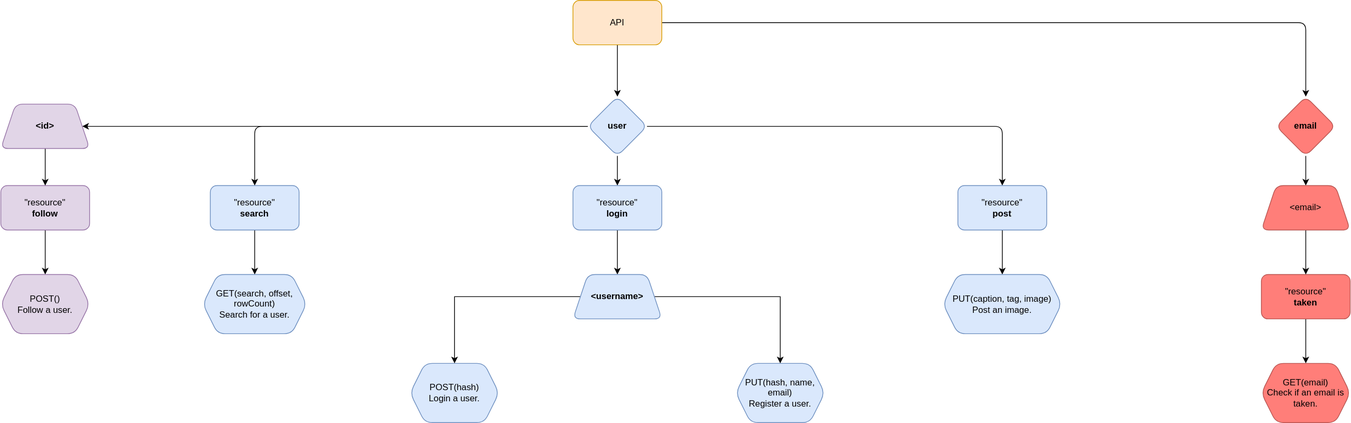
Above: Back End/api/API Diagram.svg in A-French-PngHash/Bestagram (draw.io), before the change. Source tidied: cells renumbered, new cells last; positions are measured from the earlier drawing's top-left corner, leaving out a move shared by most shapes. The source it was exported from:
```xml
<mxGraphModel>
  <root>
    <mxCell id="0" />
    <mxCell id="1" parent="0" />
    <mxCell id="2" style="edgeStyle=orthogonalEdgeStyle;jettySize=auto;html=1;" parent="1" edge="1" source="4" target="9">
      <mxGeometry relative="1" as="geometry" />
    </mxCell>
    <mxCell id="3" style="edgeStyle=orthogonalEdgeStyle;jettySize=auto;html=1;" parent="1" edge="1" source="4" target="21">
      <mxGeometry relative="1" as="geometry" />
    </mxCell>
    <mxCell id="4" value="API" style="whiteSpace=wrap;html=1;fillColor=#ffe6cc;strokeColor=#d79b00;rounded=1;" parent="1" vertex="1">
      <mxGeometry x="773" width="120" height="60" as="geometry" />
    </mxCell>
    <mxCell id="5" style="edgeStyle=orthogonalEdgeStyle;jettySize=auto;html=1;" parent="1" edge="1" source="9" target="11">
      <mxGeometry relative="1" as="geometry" />
    </mxCell>
    <mxCell id="6" style="edgeStyle=orthogonalEdgeStyle;jettySize=auto;html=1;" parent="1" edge="1" source="9" target="13">
      <mxGeometry relative="1" as="geometry" />
    </mxCell>
    <mxCell id="7" style="edgeStyle=orthogonalEdgeStyle;jettySize=auto;html=1;" parent="1" edge="1" source="9" target="15">
      <mxGeometry relative="1" as="geometry" />
    </mxCell>
    <mxCell id="8" style="edgeStyle=orthogonalEdgeStyle;rounded=0;jettySize=auto;html=1;entryX=1;entryY=0.5;entryDx=0;entryDy=0;" parent="1" edge="1" source="9" target="32">
      <mxGeometry relative="1" as="geometry" />
    </mxCell>
    <mxCell id="9" value="&lt;b&gt;user&lt;/b&gt;" style="rhombus;whiteSpace=wrap;html=1;strokeColor=#6c8ebf;fillColor=#dae8fc;shadow=0;rounded=1;" parent="1" vertex="1">
      <mxGeometry x="793" y="130" width="80" height="80" as="geometry" />
    </mxCell>
    <mxCell id="10" style="edgeStyle=orthogonalEdgeStyle;jettySize=auto;html=1;" parent="1" edge="1" source="11" target="16">
      <mxGeometry relative="1" as="geometry" />
    </mxCell>
    <mxCell id="11" value="&quot;resource&quot;&lt;br&gt;&lt;b&gt;search&lt;/b&gt;" style="whiteSpace=wrap;html=1;strokeColor=#6c8ebf;fillColor=#dae8fc;rounded=1;" parent="1" vertex="1">
      <mxGeometry x="283" y="250" width="120" height="60" as="geometry" />
    </mxCell>
    <mxCell id="12" style="edgeStyle=orthogonalEdgeStyle;rounded=0;jettySize=auto;html=1;" parent="1" edge="1" source="13" target="30">
      <mxGeometry relative="1" as="geometry" />
    </mxCell>
    <mxCell id="13" value="&quot;resource&quot;&lt;br&gt;&lt;b&gt;login&lt;/b&gt;" style="whiteSpace=wrap;html=1;strokeColor=#6c8ebf;rounded=1;fillColor=#DAE8FC;" parent="1" vertex="1">
      <mxGeometry x="773" y="250" width="120" height="60" as="geometry" />
    </mxCell>
    <mxCell id="14" style="edgeStyle=orthogonalEdgeStyle;jettySize=auto;html=1;" parent="1" edge="1" source="15" target="19">
      <mxGeometry relative="1" as="geometry" />
    </mxCell>
    <mxCell id="15" value="&quot;resource&quot;&lt;br&gt;&lt;b&gt;post&lt;/b&gt;" style="whiteSpace=wrap;html=1;strokeColor=#6c8ebf;fillColor=#dae8fc;rounded=1;" parent="1" vertex="1">
      <mxGeometry x="1293" y="250" width="120" height="60" as="geometry" />
    </mxCell>
    <mxCell id="16" value="GET(search, offset, rowCount)&lt;br&gt;Search for a user." style="shape=hexagon;perimeter=hexagonPerimeter2;whiteSpace=wrap;html=1;fixedSize=1;strokeColor=#6c8ebf;fillColor=#dae8fc;rounded=1;" parent="1" vertex="1">
      <mxGeometry x="273" y="370" width="140" height="80" as="geometry" />
    </mxCell>
    <mxCell id="17" value="&lt;div&gt;POST(&lt;span&gt;hash)&lt;/span&gt;&lt;/div&gt;&lt;div&gt;Login a user.&lt;/div&gt;" style="shape=hexagon;perimeter=hexagonPerimeter2;whiteSpace=wrap;html=1;fixedSize=1;strokeColor=#6c8ebf;fillColor=#dae8fc;rounded=1;" parent="1" vertex="1">
      <mxGeometry x="553" y="490" width="120" height="80" as="geometry" />
    </mxCell>
    <mxCell id="18" value="&lt;div&gt;PUT(hash, name, email)&lt;/div&gt;&lt;div&gt;Register a user.&lt;/div&gt;" style="shape=hexagon;perimeter=hexagonPerimeter2;whiteSpace=wrap;html=1;fixedSize=1;strokeColor=#6c8ebf;fillColor=#dae8fc;rounded=1;" parent="1" vertex="1">
      <mxGeometry x="993" y="490" width="120" height="80" as="geometry" />
    </mxCell>
    <mxCell id="19" value="&lt;div&gt;PUT(caption, tag, image)&lt;/div&gt;&lt;div&gt;Post an image.&lt;/div&gt;" style="shape=hexagon;perimeter=hexagonPerimeter2;whiteSpace=wrap;html=1;fixedSize=1;strokeColor=#6c8ebf;fillColor=#dae8fc;rounded=1;" parent="1" vertex="1">
      <mxGeometry x="1273" y="370" width="160" height="80" as="geometry" />
    </mxCell>
    <mxCell id="20" style="edgeStyle=orthogonalEdgeStyle;rounded=0;jettySize=auto;html=1;" parent="1" edge="1" source="21" target="34">
      <mxGeometry relative="1" as="geometry" />
    </mxCell>
    <mxCell id="21" value="&lt;b&gt;email&lt;/b&gt;" style="rhombus;whiteSpace=wrap;html=1;strokeColor=#b85450;rounded=1;fillColor=#FF7E79;" parent="1" vertex="1">
      <mxGeometry x="1723" y="130" width="80" height="80" as="geometry" />
    </mxCell>
    <mxCell id="22" style="edgeStyle=orthogonalEdgeStyle;jettySize=auto;html=1;" parent="1" edge="1" source="23" target="24">
      <mxGeometry relative="1" as="geometry" />
    </mxCell>
    <mxCell id="23" value="&quot;resource&quot;&lt;br&gt;&lt;b&gt;taken&lt;/b&gt;" style="whiteSpace=wrap;html=1;strokeColor=#b85450;rounded=1;fillColor=#FF7E79;" parent="1" vertex="1">
      <mxGeometry x="1703" y="370" width="120" height="60" as="geometry" />
    </mxCell>
    <mxCell id="24" value="&lt;div&gt;GET(email)&lt;/div&gt;&lt;div&gt;Check if an email is taken.&lt;/div&gt;" style="shape=hexagon;perimeter=hexagonPerimeter2;whiteSpace=wrap;html=1;fixedSize=1;strokeColor=#b85450;rounded=1;fillColor=#FF7E79;" parent="1" vertex="1">
      <mxGeometry x="1703" y="490" width="120" height="80" as="geometry" />
    </mxCell>
    <mxCell id="25" style="edgeStyle=orthogonalEdgeStyle;rounded=0;jettySize=auto;html=1;" parent="1" edge="1" source="26" target="27">
      <mxGeometry relative="1" as="geometry" />
    </mxCell>
    <mxCell id="26" value="&quot;resource&quot;&lt;br&gt;&lt;b&gt;follow&lt;/b&gt;" style="whiteSpace=wrap;html=1;strokeColor=#9673a6;fillColor=#e1d5e7;rounded=1;" parent="1" vertex="1">
      <mxGeometry y="250" width="120" height="60" as="geometry" />
    </mxCell>
    <mxCell id="27" value="&lt;div&gt;POST()&lt;/div&gt;&lt;div&gt;Follow a user.&lt;br&gt;&lt;/div&gt;" style="shape=hexagon;perimeter=hexagonPerimeter2;whiteSpace=wrap;html=1;fixedSize=1;strokeColor=#9673a6;fillColor=#e1d5e7;rounded=1;" parent="1" vertex="1">
      <mxGeometry y="370" width="120" height="80" as="geometry" />
    </mxCell>
    <mxCell id="28" style="edgeStyle=orthogonalEdgeStyle;rounded=0;jettySize=auto;html=1;entryX=0.5;entryY=0;entryDx=0;entryDy=0;" parent="1" edge="1" source="30" target="17">
      <mxGeometry relative="1" as="geometry" />
    </mxCell>
    <mxCell id="29" style="edgeStyle=orthogonalEdgeStyle;rounded=0;jettySize=auto;html=1;entryX=0.5;entryY=0;entryDx=0;entryDy=0;" parent="1" edge="1" source="30" target="18">
      <mxGeometry relative="1" as="geometry" />
    </mxCell>
    <mxCell id="30" value="&lt;b&gt;&amp;lt;username&amp;gt;&lt;/b&gt;" style="shape=trapezoid;perimeter=trapezoidPerimeter;whiteSpace=wrap;html=1;fixedSize=1;rounded=1;strokeColor=#6c8ebf;fillColor=#dae8fc;" parent="1" vertex="1">
      <mxGeometry x="773" y="370" width="120" height="60" as="geometry" />
    </mxCell>
    <mxCell id="31" style="edgeStyle=orthogonalEdgeStyle;rounded=0;jettySize=auto;html=1;" parent="1" edge="1" source="32" target="26">
      <mxGeometry relative="1" as="geometry" />
    </mxCell>
    <mxCell id="32" value="&lt;b&gt;&amp;lt;id&amp;gt;&lt;/b&gt;" style="shape=trapezoid;perimeter=trapezoidPerimeter;whiteSpace=wrap;html=1;fixedSize=1;rounded=1;strokeColor=#9673a6;fillColor=#e1d5e7;" parent="1" vertex="1">
      <mxGeometry y="140" width="120" height="60" as="geometry" />
    </mxCell>
    <mxCell id="33" style="edgeStyle=orthogonalEdgeStyle;rounded=0;jettySize=auto;html=1;" parent="1" edge="1" source="34" target="23">
      <mxGeometry relative="1" as="geometry" />
    </mxCell>
    <mxCell id="34" value="&amp;lt;email&amp;gt;" style="shape=trapezoid;perimeter=trapezoidPerimeter;whiteSpace=wrap;html=1;fixedSize=1;rounded=1;strokeColor=#b85450;fillColor=#FF7E79;" parent="1" vertex="1">
      <mxGeometry x="1703" y="250" width="120" height="60" as="geometry" />
    </mxCell>
  </root>
</mxGraphModel>
```
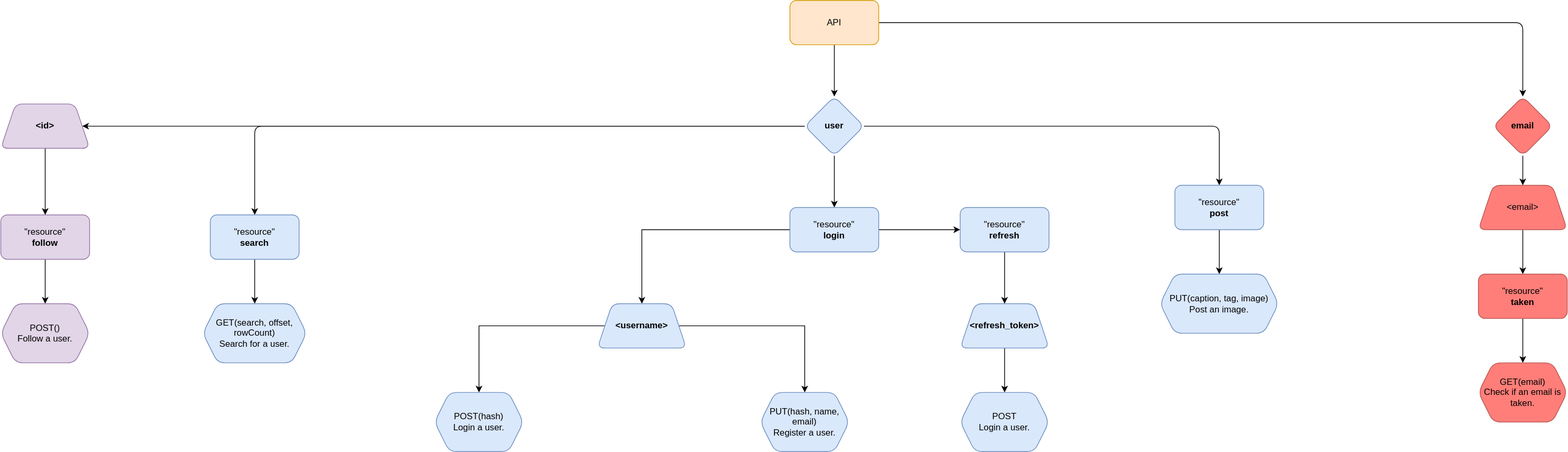
The same file after the commit.

What changed in the source:
```diff
@@ -30,13 +30,16 @@
       <mxGeometry relative="1" as="geometry" />
     </mxCell>
     <mxCell id="11" value="&quot;resource&quot;&lt;br&gt;&lt;b&gt;search&lt;/b&gt;" style="whiteSpace=wrap;html=1;strokeColor=#6c8ebf;fillColor=#dae8fc;rounded=1;" parent="1" vertex="1">
-      <mxGeometry x="283" y="250" width="120" height="60" as="geometry" />
+      <mxGeometry x="-10" y="290" width="120" height="60" as="geometry" />
     </mxCell>
     <mxCell id="12" style="edgeStyle=orthogonalEdgeStyle;rounded=0;jettySize=auto;html=1;" parent="1" edge="1" source="13" target="30">
       <mxGeometry relative="1" as="geometry" />
     </mxCell>
+    <mxCell id="35" style="edgeStyle=orthogonalEdgeStyle;rounded=0;jettySize=auto;html=1;" parent="1" edge="1" source="13" target="40">
+      <mxGeometry relative="1" as="geometry" />
+    </mxCell>
     <mxCell id="13" value="&quot;resource&quot;&lt;br&gt;&lt;b&gt;login&lt;/b&gt;" style="whiteSpace=wrap;html=1;strokeColor=#6c8ebf;rounded=1;fillColor=#DAE8FC;" parent="1" vertex="1">
-      <mxGeometry x="773" y="250" width="120" height="60" as="geometry" />
+      <mxGeometry x="773" y="280" width="120" height="60" as="geometry" />
     </mxCell>
     <mxCell id="14" style="edgeStyle=orthogonalEdgeStyle;jettySize=auto;html=1;" parent="1" edge="1" source="15" target="19">
       <mxGeometry relative="1" as="geometry" />
@@ -45,13 +48,13 @@
       <mxGeometry x="1293" y="250" width="120" height="60" as="geometry" />
     </mxCell>
     <mxCell id="16" value="GET(search, offset, rowCount)&lt;br&gt;Search for a user." style="shape=hexagon;perimeter=hexagonPerimeter2;whiteSpace=wrap;html=1;fixedSize=1;strokeColor=#6c8ebf;fillColor=#dae8fc;rounded=1;" parent="1" vertex="1">
-      <mxGeometry x="273" y="370" width="140" height="80" as="geometry" />
+      <mxGeometry x="-20" y="410" width="140" height="80" as="geometry" />
     </mxCell>
     <mxCell id="17" value="&lt;div&gt;POST(&lt;span&gt;hash)&lt;/span&gt;&lt;/div&gt;&lt;div&gt;Login a user.&lt;/div&gt;" style="shape=hexagon;perimeter=hexagonPerimeter2;whiteSpace=wrap;html=1;fixedSize=1;strokeColor=#6c8ebf;fillColor=#dae8fc;rounded=1;" parent="1" vertex="1">
-      <mxGeometry x="553" y="490" width="120" height="80" as="geometry" />
+      <mxGeometry x="293" y="530" width="120" height="80" as="geometry" />
     </mxCell>
     <mxCell id="18" value="&lt;div&gt;PUT(hash, name, email)&lt;/div&gt;&lt;div&gt;Register a user.&lt;/div&gt;" style="shape=hexagon;perimeter=hexagonPerimeter2;whiteSpace=wrap;html=1;fixedSize=1;strokeColor=#6c8ebf;fillColor=#dae8fc;rounded=1;" parent="1" vertex="1">
-      <mxGeometry x="993" y="490" width="120" height="80" as="geometry" />
+      <mxGeometry x="733" y="530" width="120" height="80" as="geometry" />
     </mxCell>
     <mxCell id="19" value="&lt;div&gt;PUT(caption, tag, image)&lt;/div&gt;&lt;div&gt;Post an image.&lt;/div&gt;" style="shape=hexagon;perimeter=hexagonPerimeter2;whiteSpace=wrap;html=1;fixedSize=1;strokeColor=#6c8ebf;fillColor=#dae8fc;rounded=1;" parent="1" vertex="1">
       <mxGeometry x="1273" y="370" width="160" height="80" as="geometry" />
@@ -75,10 +78,10 @@
       <mxGeometry relative="1" as="geometry" />
     </mxCell>
     <mxCell id="26" value="&quot;resource&quot;&lt;br&gt;&lt;b&gt;follow&lt;/b&gt;" style="whiteSpace=wrap;html=1;strokeColor=#9673a6;fillColor=#e1d5e7;rounded=1;" parent="1" vertex="1">
-      <mxGeometry y="250" width="120" height="60" as="geometry" />
+      <mxGeometry x="-293" y="290" width="120" height="60" as="geometry" />
     </mxCell>
     <mxCell id="27" value="&lt;div&gt;POST()&lt;/div&gt;&lt;div&gt;Follow a user.&lt;br&gt;&lt;/div&gt;" style="shape=hexagon;perimeter=hexagonPerimeter2;whiteSpace=wrap;html=1;fixedSize=1;strokeColor=#9673a6;fillColor=#e1d5e7;rounded=1;" parent="1" vertex="1">
-      <mxGeometry y="370" width="120" height="80" as="geometry" />
+      <mxGeometry x="-293" y="410" width="120" height="80" as="geometry" />
     </mxCell>
     <mxCell id="28" style="edgeStyle=orthogonalEdgeStyle;rounded=0;jettySize=auto;html=1;entryX=0.5;entryY=0;entryDx=0;entryDy=0;" parent="1" edge="1" source="30" target="17">
       <mxGeometry relative="1" as="geometry" />
@@ -87,13 +90,13 @@
       <mxGeometry relative="1" as="geometry" />
     </mxCell>
     <mxCell id="30" value="&lt;b&gt;&amp;lt;username&amp;gt;&lt;/b&gt;" style="shape=trapezoid;perimeter=trapezoidPerimeter;whiteSpace=wrap;html=1;fixedSize=1;rounded=1;strokeColor=#6c8ebf;fillColor=#dae8fc;" parent="1" vertex="1">
-      <mxGeometry x="773" y="370" width="120" height="60" as="geometry" />
+      <mxGeometry x="513" y="410" width="120" height="60" as="geometry" />
     </mxCell>
     <mxCell id="31" style="edgeStyle=orthogonalEdgeStyle;rounded=0;jettySize=auto;html=1;" parent="1" edge="1" source="32" target="26">
       <mxGeometry relative="1" as="geometry" />
     </mxCell>
     <mxCell id="32" value="&lt;b&gt;&amp;lt;id&amp;gt;&lt;/b&gt;" style="shape=trapezoid;perimeter=trapezoidPerimeter;whiteSpace=wrap;html=1;fixedSize=1;rounded=1;strokeColor=#9673a6;fillColor=#e1d5e7;" parent="1" vertex="1">
-      <mxGeometry y="140" width="120" height="60" as="geometry" />
+      <mxGeometry x="-293" y="140" width="120" height="60" as="geometry" />
     </mxCell>
     <mxCell id="33" style="edgeStyle=orthogonalEdgeStyle;rounded=0;jettySize=auto;html=1;" parent="1" edge="1" source="34" target="23">
       <mxGeometry relative="1" as="geometry" />
@@ -101,5 +104,20 @@
     <mxCell id="34" value="&amp;lt;email&amp;gt;" style="shape=trapezoid;perimeter=trapezoidPerimeter;whiteSpace=wrap;html=1;fixedSize=1;rounded=1;strokeColor=#b85450;fillColor=#FF7E79;" parent="1" vertex="1">
       <mxGeometry x="1703" y="250" width="120" height="60" as="geometry" />
     </mxCell>
+    <mxCell id="36" style="edgeStyle=orthogonalEdgeStyle;rounded=0;jettySize=auto;html=1;" parent="1" edge="1" source="37" target="38">
+      <mxGeometry relative="1" as="geometry" />
+    </mxCell>
+    <mxCell id="37" value="&lt;b&gt;&amp;lt;refresh_token&amp;gt;&lt;/b&gt;" style="shape=trapezoid;perimeter=trapezoidPerimeter;whiteSpace=wrap;html=1;fixedSize=1;rounded=1;strokeColor=#6c8ebf;fillColor=#DAE8FC;" parent="1" vertex="1">
+      <mxGeometry x="1003" y="410" width="120" height="60" as="geometry" />
+    </mxCell>
+    <mxCell id="38" value="POST&lt;br&gt;Login a user." style="shape=hexagon;perimeter=hexagonPerimeter2;whiteSpace=wrap;html=1;fixedSize=1;rounded=1;strokeColor=#6c8ebf;fillColor=#DAE8FC;" parent="1" vertex="1">
+      <mxGeometry x="1003" y="530" width="120" height="80" as="geometry" />
+    </mxCell>
+    <mxCell id="39" style="edgeStyle=orthogonalEdgeStyle;rounded=0;jettySize=auto;html=1;" parent="1" edge="1" source="40" target="37">
+      <mxGeometry relative="1" as="geometry" />
+    </mxCell>
+    <mxCell id="40" value="&quot;resource&quot;&lt;br&gt;&lt;b&gt;refresh&lt;/b&gt;" style="whiteSpace=wrap;html=1;rounded=1;strokeColor=#6c8ebf;fillColor=#DAE8FC;" parent="1" vertex="1">
+      <mxGeometry x="1003" y="280" width="120" height="60" as="geometry" />
+    </mxCell>
   </root>
 </mxGraphModel>
```
